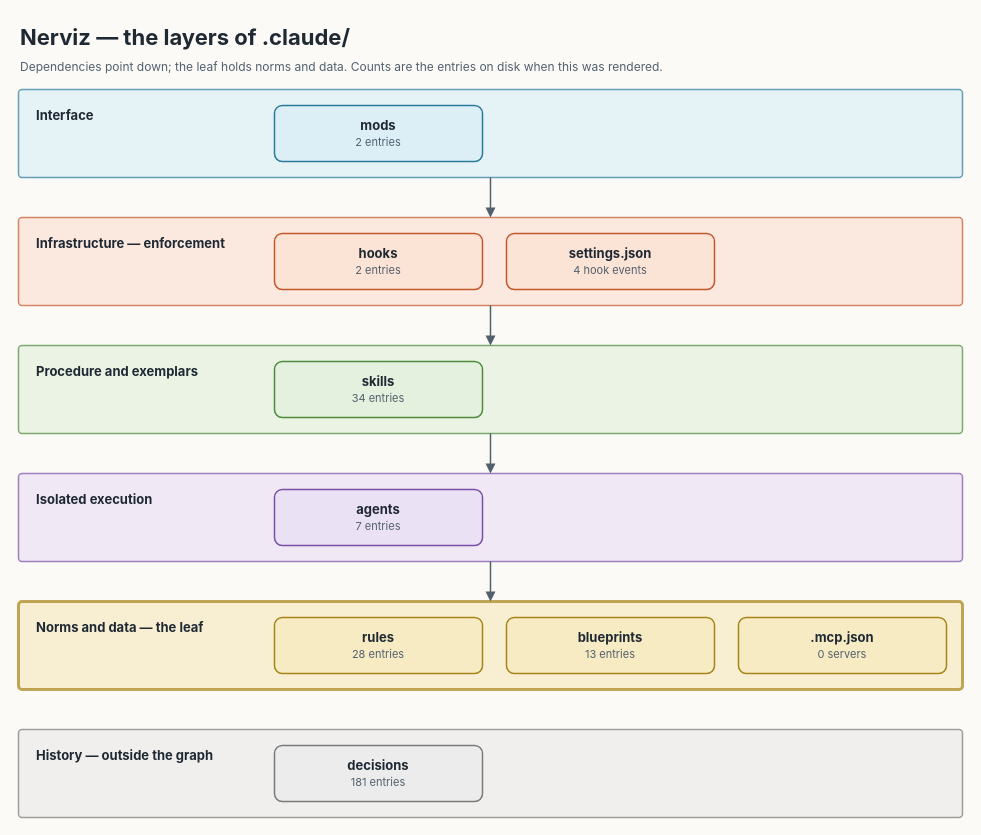
This is docs/diagrams/layers/layers.drawio from nerviz-ai/nerviz, a draw.io file, before an edit. Source tidied: cells renumbered, new cells numbered last; positions are measured from the earlier drawing's top-left corner, leaving out a move shared by most shapes. Both pictures are drawn from the tidied source at 100%, with x=0, y=0 at pixel (18, 17).
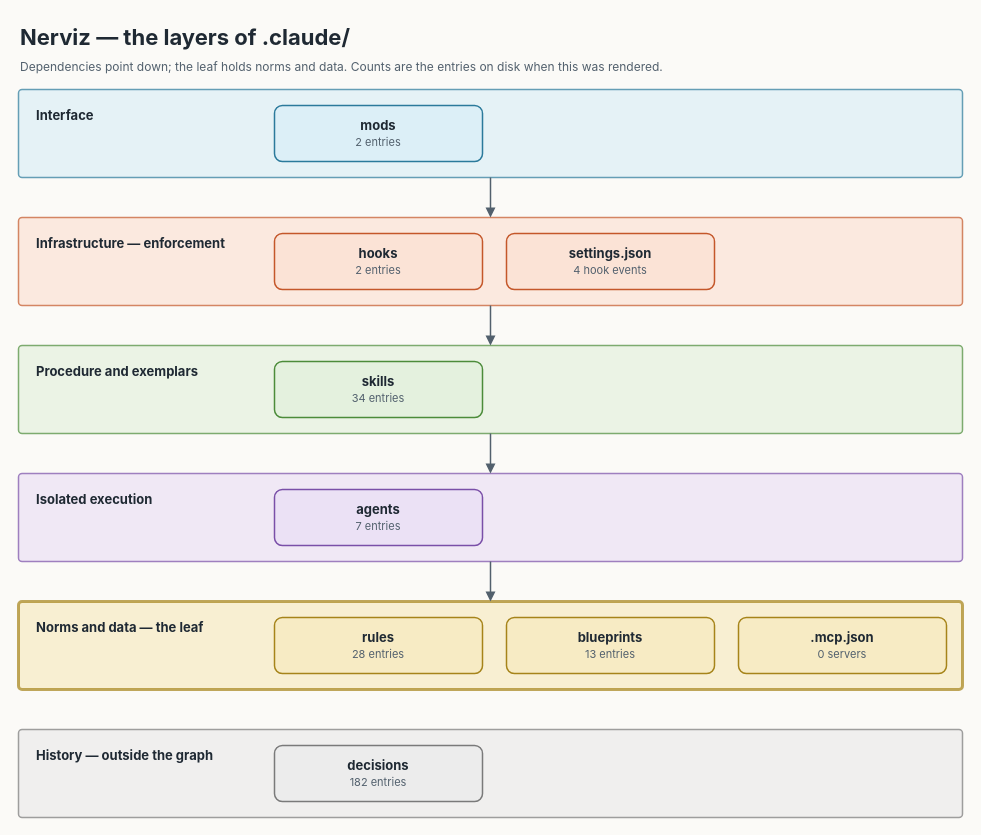
After the change.

The edit, as a diff of the source:
```diff
@@
-    <mxCell id="17" value="&lt;b&gt;decisions&lt;/b&gt;&lt;br/&gt;&lt;font style=&quot;font-size:11px&quot; color=&quot;#52606D&quot;&gt;181 entries&lt;/font&gt;" style="rounded=1;arcSize=14;html=1;whiteSpace=wrap;fontSize=13;fontFamily=Inter;fontColor=#1F2933;fillColor=#ECECEC;strokeColor=#7A7A7A;strokeWidth=1.5;" parent="1" vertex="1">
+    <mxCell id="17" value="&lt;b&gt;decisions&lt;/b&gt;&lt;br/&gt;&lt;font style=&quot;font-size:11px&quot; color=&quot;#52606D&quot;&gt;182 entries&lt;/font&gt;" style="rounded=1;arcSize=14;html=1;whiteSpace=wrap;fontSize=13;fontFamily=Inter;fontColor=#1F2933;fillColor=#ECECEC;strokeColor=#7A7A7A;strokeWidth=1.5;" parent="1" vertex="1">
       <mxGeometry x="256" y="728" width="208" height="56" as="geometry" />
     </mxCell>
```
